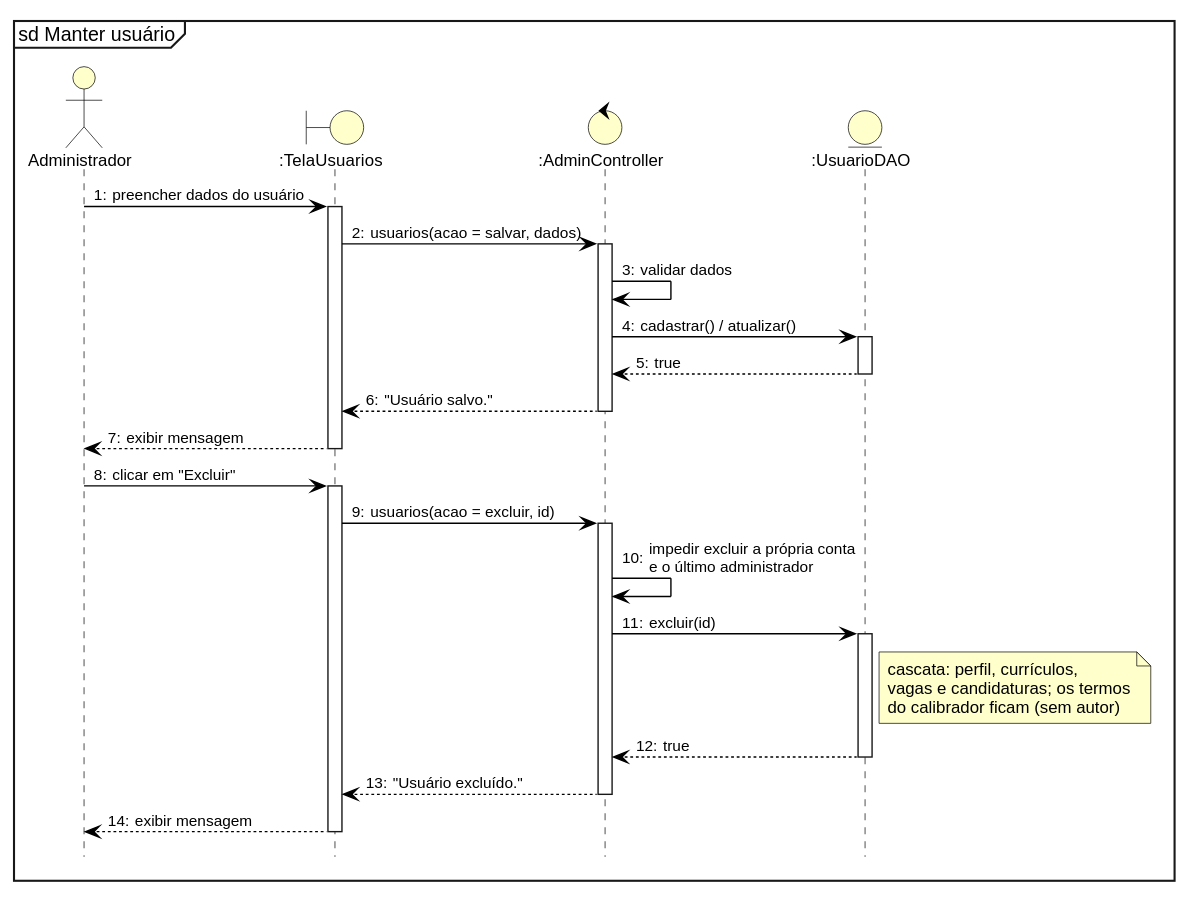
Before: docs/tcc/diagramas/seq12_manter_usuario.svg, a diagram exported from PlantUML (leonardoabreu2026/tcc-final). Its diagram source:
```plantuml
@startuml
!include estilo.iuml
mainframe sd Manter usuário
autonumber "0:"
hide footbox

actor Administrador as A
boundary ":TelaUsuarios" as T
control ":AdminController" as C
entity ":UsuarioDAO" as D
A -> T ++ : preencher dados do usuário
T -> C ++ : usuarios(acao = salvar, dados)
C -> C : validar dados
C -> D ++ : cadastrar() / atualizar()
D --> C -- : true
C --> T -- : "Usuário salvo."
T --> A -- : exibir mensagem
A -> T ++ : clicar em "Excluir"
T -> C ++ : usuarios(acao = excluir, id)
C -> C : impedir excluir a própria conta\ne o último administrador
C -> D ++ : excluir(id)
note right of D : cascata: perfil, currículos,\nvagas e candidaturas; os termos\ndo calibrador ficam (sem autor)
D --> C -- : true
C --> T -- : "Usuário excluído."
T --> A -- : exibir mensagem
@enduml
```
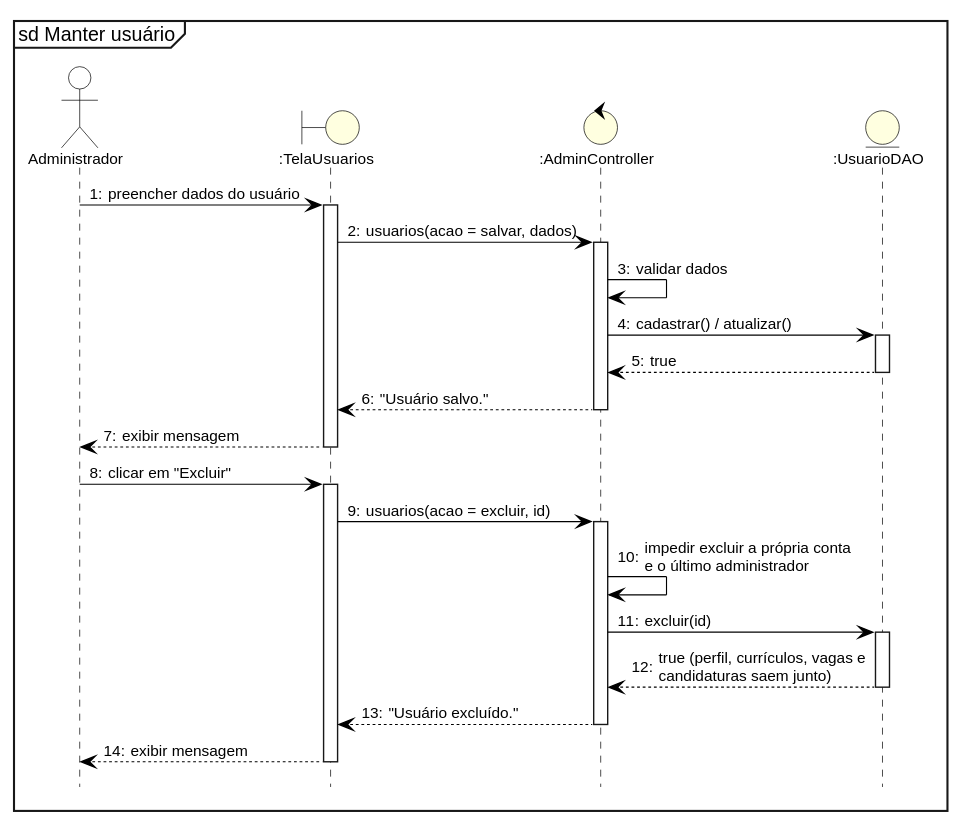
After the change.

The edit, as a diff of the source:
```diff
@@ -19,8 +19,7 @@
 T -> C ++ : usuarios(acao = excluir, id)
 C -> C : impedir excluir a própria conta\ne o último administrador
 C -> D ++ : excluir(id)
-note right of D : cascata: perfil, currículos,\nvagas e candidaturas; os termos\ndo calibrador ficam (sem autor)
-D --> C -- : true
+D --> C -- : true (perfil, currículos, vagas e\ncandidaturas saem junto)
 C --> T -- : "Usuário excluído."
 T --> A -- : exibir mensagem
 @enduml
```
